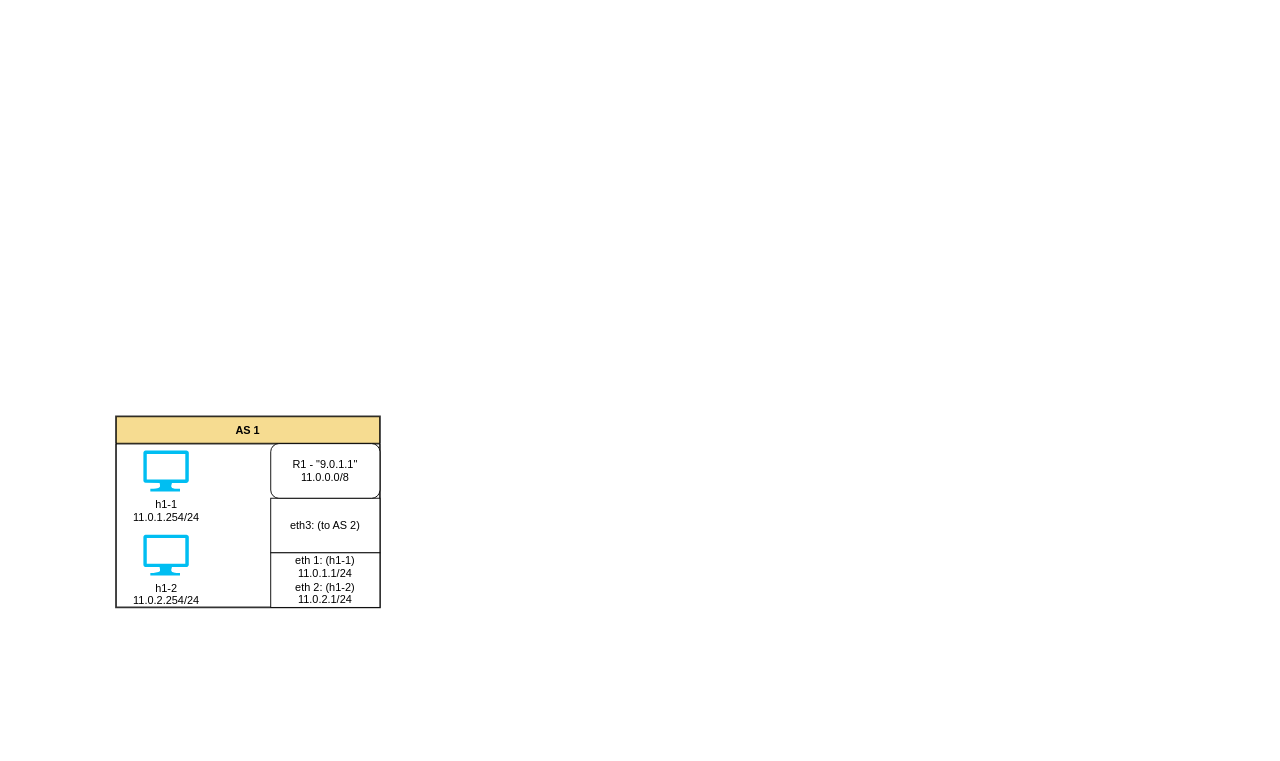
Before: data/Untitled Diagram.drawio in whyufeng/term2project1, a draw.io diagram. Source tidied: cells renumbered, new cells numbered last; positions are measured from the earlier drawing's top-left corner, leaving out a move shared by most shapes. Both pictures are drawn from the tidied source at 91%, with x=0, y=0 at pixel (116, 416).
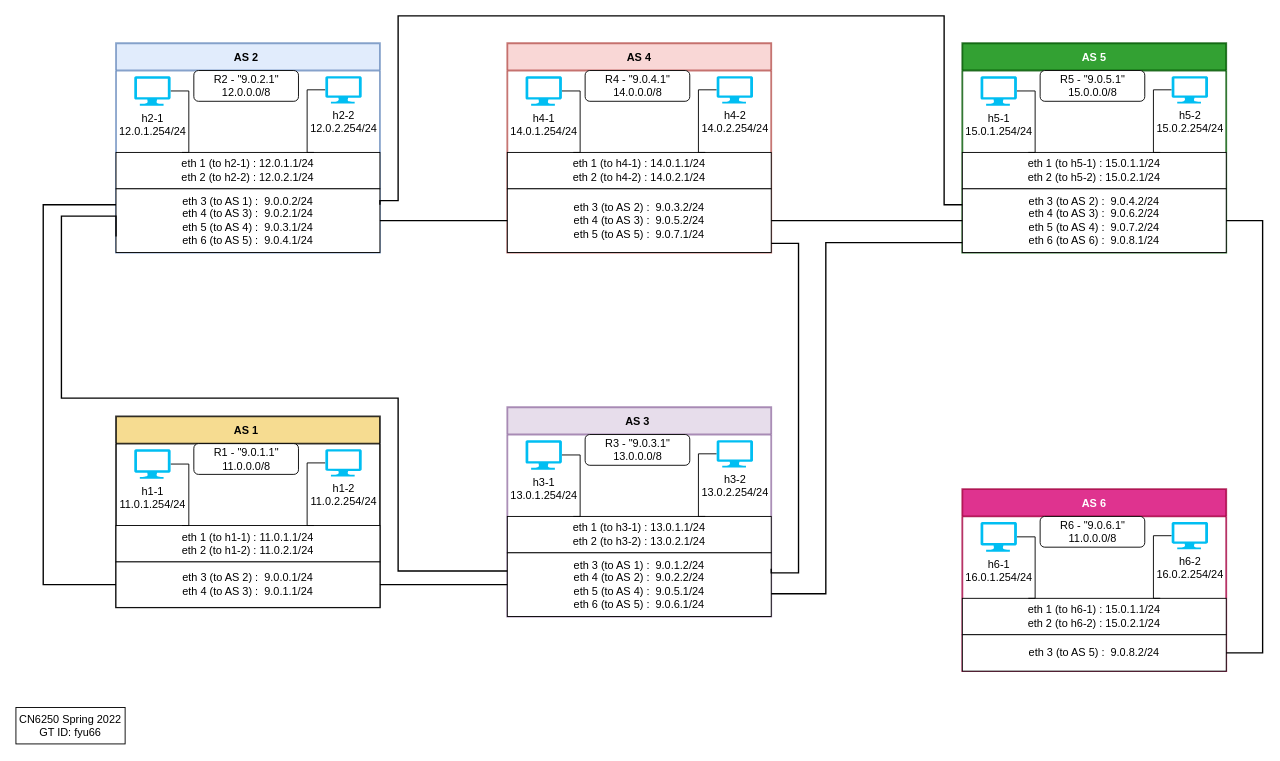
Above is the later version.

The edit, as a diff of the source:
```diff
@@
-    <mxCell id="2" value="AS 1" style="swimlane;rounded=0;shadow=0;glass=0;fillColor=#f4d476;gradientColor=none;opacity=80;strokeWidth=2;startSize=30;" parent="1" vertex="1">
+    <mxCell id="2" value="AS 1 " style="swimlane;rounded=0;shadow=0;glass=0;fillColor=#f4d476;gradientColor=none;opacity=80;strokeWidth=2;startSize=30;" parent="1" vertex="1">
       <mxGeometry width="290" height="210" as="geometry" />
     </mxCell>
-    <mxCell id="3" value="eth3: (to AS 2)&lt;br&gt;" style="rounded=0;whiteSpace=wrap;html=1;" parent="2" vertex="1">
-      <mxGeometry x="170" y="90" width="120" height="60" as="geometry" />
-    </mxCell>
-    <mxCell id="4" value="eth 1: (h1-1)&lt;br&gt;11.0.1.1/24&lt;br&gt;eth 2: (h1-2)&lt;br&gt;11.0.2.1/24" style="rounded=0;whiteSpace=wrap;html=1;" parent="2" vertex="1">
-      <mxGeometry x="170" y="150" width="120" height="60" as="geometry" />
+    <mxCell id="4" value="eth 1 (to h1-1) :&amp;nbsp;11.0.1.1/24&lt;br&gt;eth 2 (to h1-2) : 11.0.2.1/24" style="rounded=0;whiteSpace=wrap;html=1;" parent="2" vertex="1">
+      <mxGeometry y="120" width="290" height="40" as="geometry" />
     </mxCell>
     <mxCell id="5" value="R1 - &quot;9.0.1.1&quot;&lt;br&gt;11.0.0.0/8" style="rounded=1;whiteSpace=wrap;html=1;" parent="2" vertex="1">
-      <mxGeometry x="170" y="30" width="120" height="60" as="geometry" />
+      <mxGeometry x="85.5" y="30" width="115" height="33.8" as="geometry" />
     </mxCell>
+    <mxCell id="3" value="eth 3 (to AS 2) :&amp;nbsp; 9.0.0.1/24&lt;br&gt;eth 4 (to AS 3) :&amp;nbsp;&amp;nbsp;9.0.1.1/24" style="rounded=0;whiteSpace=wrap;html=1;" parent="2" vertex="1">
+      <mxGeometry y="160" width="290" height="50" as="geometry" />
+    </mxCell>
+    <mxCell id="8" style="edgeStyle=elbowEdgeStyle;rounded=0;jettySize=auto;html=1;entryX=0.75;entryY=0;entryDx=0;entryDy=0;endArrow=none;endFill=0;" parent="2" edge="1" source="6" target="4">
+      <mxGeometry relative="1" as="geometry">
+        <Array as="points">
+          <mxPoint x="210" y="90" />
+        </Array>
+      </mxGeometry>
+    </mxCell>
     <mxCell id="6" value="h1-2&lt;br&gt;11.0.2.254/24" style="verticalLabelPosition=bottom;html=1;verticalAlign=top;align=center;strokeColor=none;fillColor=#00BEF2;shape=mxgraph.azure.computer;" parent="2" vertex="1">
-      <mxGeometry x="30" y="130" width="50" height="45" as="geometry" />
+      <mxGeometry x="230" y="36.2" width="40" height="30" as="geometry" />
     </mxCell>
+    <mxCell id="9" style="edgeStyle=elbowEdgeStyle;rounded=0;jettySize=auto;html=1;entryX=0.25;entryY=0;entryDx=0;entryDy=0;endArrow=none;endFill=0;" parent="2" edge="1" source="7" target="4">
+      <mxGeometry relative="1" as="geometry">
+        <Array as="points">
+          <mxPoint x="80" y="90" />
+        </Array>
+      </mxGeometry>
+    </mxCell>
     <mxCell id="7" value="h1-1&lt;br&gt;11.0.1.254/24" style="verticalLabelPosition=bottom;html=1;verticalAlign=top;align=center;strokeColor=none;fillColor=#00BEF2;shape=mxgraph.azure.computer;" parent="2" vertex="1">
-      <mxGeometry x="30" y="37.5" width="50" height="45" as="geometry" />
+      <mxGeometry x="20" y="36.2" width="40" height="32.5" as="geometry" />
     </mxCell>
+    <mxCell id="10" value="AS 2 " style="swimlane;rounded=0;shadow=0;glass=0;fillColor=#dae8fc;opacity=80;strokeWidth=2;startSize=30;strokeColor=#6c8ebf;" parent="1" vertex="1">
+      <mxGeometry y="-410" width="290" height="230" as="geometry" />
+    </mxCell>
+    <mxCell id="11" value="eth 1 (to h2-1) :&amp;nbsp;12.0.1.1/24&lt;br&gt;eth 2 (to h2-2) : 12.0.2.1/24" style="rounded=0;whiteSpace=wrap;html=1;" parent="10" vertex="1">
+      <mxGeometry y="120" width="290" height="40" as="geometry" />
+    </mxCell>
+    <mxCell id="12" value="R2 - &quot;9.0.2.1&quot;&lt;br&gt;12.0.0.0/8" style="rounded=1;whiteSpace=wrap;html=1;" parent="10" vertex="1">
+      <mxGeometry x="85.5" y="30" width="115" height="33.8" as="geometry" />
+    </mxCell>
+    <mxCell id="13" value="eth 3 (to AS 1) :&amp;nbsp; 9.0.0.2/24&lt;br&gt;eth 4 (to AS 3) :&amp;nbsp; 9.0.2.1/24&lt;br&gt;eth 5 (to AS 4) :&amp;nbsp; 9.0.3.1/24&lt;br&gt;eth 6 (to AS 5) :&amp;nbsp; 9.0.4.1/24" style="rounded=0;whiteSpace=wrap;html=1;" parent="10" vertex="1">
+      <mxGeometry y="160" width="290" height="70" as="geometry" />
+    </mxCell>
+    <mxCell id="14" style="edgeStyle=elbowEdgeStyle;rounded=0;jettySize=auto;html=1;entryX=0.75;entryY=0;entryDx=0;entryDy=0;endArrow=none;endFill=0;" parent="10" edge="1" source="15" target="11">
+      <mxGeometry relative="1" as="geometry">
+        <Array as="points">
+          <mxPoint x="210" y="90" />
+        </Array>
+      </mxGeometry>
+    </mxCell>
+    <mxCell id="15" value="h2-2&lt;br&gt;12.0.2.254/24" style="verticalLabelPosition=bottom;html=1;verticalAlign=top;align=center;strokeColor=none;fillColor=#00BEF2;shape=mxgraph.azure.computer;" parent="10" vertex="1">
+      <mxGeometry x="230" y="36.2" width="40" height="30" as="geometry" />
+    </mxCell>
+    <mxCell id="16" style="edgeStyle=elbowEdgeStyle;rounded=0;jettySize=auto;html=1;entryX=0.25;entryY=0;entryDx=0;entryDy=0;endArrow=none;endFill=0;" parent="10" edge="1" source="17" target="11">
+      <mxGeometry relative="1" as="geometry">
+        <Array as="points">
+          <mxPoint x="80" y="90" />
+        </Array>
+      </mxGeometry>
+    </mxCell>
+    <mxCell id="17" value="h2-1&lt;br&gt;12.0.1.254/24" style="verticalLabelPosition=bottom;html=1;verticalAlign=top;align=center;strokeColor=none;fillColor=#00BEF2;shape=mxgraph.azure.computer;" parent="10" vertex="1">
+      <mxGeometry x="20" y="36.2" width="40" height="32.5" as="geometry" />
+    </mxCell>
+    <mxCell id="18" style="edgeStyle=elbowEdgeStyle;rounded=0;jettySize=auto;html=1;exitX=0;exitY=0.5;exitDx=0;exitDy=0;entryX=0;entryY=0.25;entryDx=0;entryDy=0;endArrow=none;endFill=0;strokeWidth=1.5;" parent="1" edge="1" source="3" target="13">
+      <mxGeometry relative="1" as="geometry">
+        <Array as="points">
+          <mxPoint x="-80" y="-30" />
+        </Array>
+      </mxGeometry>
+    </mxCell>
+    <mxCell id="19" value="AS 3 " style="swimlane;rounded=0;shadow=0;glass=0;fillColor=#e1d5e7;opacity=80;strokeWidth=2;startSize=30;strokeColor=#9673a6;" parent="1" vertex="1">
+      <mxGeometry x="430" y="-10" width="290" height="230" as="geometry" />
+    </mxCell>
+    <mxCell id="20" value="eth 1 (to h3-1) :&amp;nbsp;13.0.1.1/24&lt;br&gt;eth 2 (to h3-2) : 13.0.2.1/24" style="rounded=0;whiteSpace=wrap;html=1;" parent="19" vertex="1">
+      <mxGeometry y="120" width="290" height="40" as="geometry" />
+    </mxCell>
+    <mxCell id="21" value="R3 - &quot;9.0.3.1&quot;&lt;br&gt;13.0.0.0/8" style="rounded=1;whiteSpace=wrap;html=1;" parent="19" vertex="1">
+      <mxGeometry x="85.5" y="30" width="115" height="33.8" as="geometry" />
+    </mxCell>
+    <mxCell id="22" value="eth 3 (to AS 1) :&amp;nbsp; 9.0.1.2/24&lt;br&gt;eth 4 (to AS 2) :&amp;nbsp; 9.0.2.2/24&lt;br&gt;eth 5 (to AS 4) :&amp;nbsp; 9.0.5.1/24&lt;br&gt;eth 6 (to AS 5) :&amp;nbsp; 9.0.6.1/24" style="rounded=0;whiteSpace=wrap;html=1;" parent="19" vertex="1">
+      <mxGeometry y="160" width="290" height="70" as="geometry" />
+    </mxCell>
+    <mxCell id="23" style="edgeStyle=elbowEdgeStyle;rounded=0;jettySize=auto;html=1;entryX=0.75;entryY=0;entryDx=0;entryDy=0;endArrow=none;endFill=0;" parent="19" edge="1" source="24" target="20">
+      <mxGeometry relative="1" as="geometry">
+        <Array as="points">
+          <mxPoint x="210" y="90" />
+        </Array>
+      </mxGeometry>
+    </mxCell>
+    <mxCell id="24" value="h3-2&lt;br&gt;13.0.2.254/24" style="verticalLabelPosition=bottom;html=1;verticalAlign=top;align=center;strokeColor=none;fillColor=#00BEF2;shape=mxgraph.azure.computer;" parent="19" vertex="1">
+      <mxGeometry x="230" y="36.2" width="40" height="30" as="geometry" />
+    </mxCell>
+    <mxCell id="25" style="edgeStyle=elbowEdgeStyle;rounded=0;jettySize=auto;html=1;entryX=0.25;entryY=0;entryDx=0;entryDy=0;endArrow=none;endFill=0;" parent="19" edge="1" source="26" target="20">
+      <mxGeometry relative="1" as="geometry">
+        <Array as="points">
+          <mxPoint x="80" y="90" />
+        </Array>
+      </mxGeometry>
+    </mxCell>
+    <mxCell id="26" value="h3-1&lt;br&gt;13.0.1.254/24" style="verticalLabelPosition=bottom;html=1;verticalAlign=top;align=center;strokeColor=none;fillColor=#00BEF2;shape=mxgraph.azure.computer;" parent="19" vertex="1">
+      <mxGeometry x="20" y="36.2" width="40" height="32.5" as="geometry" />
+    </mxCell>
+    <mxCell id="27" style="edgeStyle=elbowEdgeStyle;rounded=0;jettySize=auto;html=1;entryX=0;entryY=0.5;entryDx=0;entryDy=0;endArrow=none;endFill=0;strokeWidth=1.5;" parent="1" edge="1" source="3" target="22">
+      <mxGeometry relative="1" as="geometry" />
+    </mxCell>
+    <mxCell id="28" style="edgeStyle=orthogonalEdgeStyle;rounded=0;jettySize=auto;html=1;endArrow=none;endFill=0;exitX=0;exitY=0.75;exitDx=0;exitDy=0;strokeWidth=1.5;" parent="1" edge="1" source="13">
+      <mxGeometry relative="1" as="geometry">
+        <mxPoint x="430" y="170" as="targetPoint" />
+        <Array as="points">
+          <mxPoint y="-220" />
+          <mxPoint x="-60" y="-220" />
+          <mxPoint x="-60" y="-20" />
+          <mxPoint x="310" y="-20" />
+          <mxPoint x="310" y="170" />
+          <mxPoint x="430" y="170" />
+        </Array>
+      </mxGeometry>
+    </mxCell>
+    <mxCell id="29" value="AS 4" style="swimlane;rounded=0;shadow=0;glass=0;fillColor=#f8cecc;opacity=80;strokeWidth=2;startSize=30;strokeColor=#b85450;" parent="1" vertex="1">
+      <mxGeometry x="430" y="-410" width="290" height="230" as="geometry" />
+    </mxCell>
+    <mxCell id="30" value="eth 1 (to h4-1) :&amp;nbsp;14.0.1.1/24&lt;br&gt;eth 2 (to h4-2) : 14.0.2.1/24" style="rounded=0;whiteSpace=wrap;html=1;" parent="29" vertex="1">
+      <mxGeometry y="120" width="290" height="40" as="geometry" />
+    </mxCell>
+    <mxCell id="31" value="R4 - &quot;9.0.4.1&quot;&lt;br&gt;14.0.0.0/8" style="rounded=1;whiteSpace=wrap;html=1;" parent="29" vertex="1">
+      <mxGeometry x="85.5" y="30" width="115" height="33.8" as="geometry" />
+    </mxCell>
+    <mxCell id="32" value="eth 3 (to AS 2) :&amp;nbsp; 9.0.3.2/24&lt;br&gt;eth 4 (to AS 3) :&amp;nbsp; 9.0.5.2/24&lt;br&gt;eth 5 (to AS 5) :&amp;nbsp; 9.0.7.1/24" style="rounded=0;whiteSpace=wrap;html=1;" parent="29" vertex="1">
+      <mxGeometry y="160" width="290" height="70" as="geometry" />
+    </mxCell>
+    <mxCell id="33" style="edgeStyle=elbowEdgeStyle;rounded=0;jettySize=auto;html=1;entryX=0.75;entryY=0;entryDx=0;entryDy=0;endArrow=none;endFill=0;" parent="29" edge="1" source="34" target="30">
+      <mxGeometry relative="1" as="geometry">
+        <Array as="points">
+          <mxPoint x="210" y="90" />
+        </Array>
+      </mxGeometry>
+    </mxCell>
+    <mxCell id="34" value="h4-2&lt;br&gt;14.0.2.254/24" style="verticalLabelPosition=bottom;html=1;verticalAlign=top;align=center;strokeColor=none;fillColor=#00BEF2;shape=mxgraph.azure.computer;" parent="29" vertex="1">
+      <mxGeometry x="230" y="36.2" width="40" height="30" as="geometry" />
+    </mxCell>
+    <mxCell id="35" style="edgeStyle=elbowEdgeStyle;rounded=0;jettySize=auto;html=1;entryX=0.25;entryY=0;entryDx=0;entryDy=0;endArrow=none;endFill=0;" parent="29" edge="1" source="36" target="30">
+      <mxGeometry relative="1" as="geometry">
+        <Array as="points">
+          <mxPoint x="80" y="90" />
+        </Array>
+      </mxGeometry>
+    </mxCell>
+    <mxCell id="36" value="h4-1&lt;br&gt;14.0.1.254/24" style="verticalLabelPosition=bottom;html=1;verticalAlign=top;align=center;strokeColor=none;fillColor=#00BEF2;shape=mxgraph.azure.computer;" parent="29" vertex="1">
+      <mxGeometry x="20" y="36.2" width="40" height="32.5" as="geometry" />
+    </mxCell>
+    <mxCell id="37" value="AS 5" style="swimlane;rounded=0;shadow=0;glass=0;fillColor=#008a00;opacity=80;strokeWidth=2;startSize=30;strokeColor=#005700;fontColor=#ffffff;" parent="1" vertex="1">
+      <mxGeometry x="930" y="-410" width="290" height="230" as="geometry" />
+    </mxCell>
+    <mxCell id="38" value="eth 1 (to h5-1) :&amp;nbsp;15.0.1.1/24&lt;br&gt;eth 2 (to h5-2) : 15.0.2.1/24" style="rounded=0;whiteSpace=wrap;html=1;" parent="37" vertex="1">
+      <mxGeometry y="120" width="290" height="40" as="geometry" />
+    </mxCell>
+    <mxCell id="39" value="R5 - &quot;9.0.5.1&quot;&lt;br&gt;15.0.0.0/8" style="rounded=1;whiteSpace=wrap;html=1;" parent="37" vertex="1">
+      <mxGeometry x="85.5" y="30" width="115" height="33.8" as="geometry" />
+    </mxCell>
+    <mxCell id="40" value="eth 3 (to AS 2) :&amp;nbsp; 9.0.4.2/24&lt;br&gt;eth 4 (to AS 3) :&amp;nbsp; 9.0.6.2/24&lt;br&gt;eth 5 (to AS 4) :&amp;nbsp; 9.0.7.2/24&lt;br&gt;eth 6 (to AS 6) :&amp;nbsp; 9.0.8.1/24" style="rounded=0;whiteSpace=wrap;html=1;" parent="37" vertex="1">
+      <mxGeometry y="160" width="290" height="70" as="geometry" />
+    </mxCell>
+    <mxCell id="41" style="edgeStyle=elbowEdgeStyle;rounded=0;jettySize=auto;html=1;entryX=0.75;entryY=0;entryDx=0;entryDy=0;endArrow=none;endFill=0;" parent="37" edge="1" source="42" target="38">
+      <mxGeometry relative="1" as="geometry">
+        <Array as="points">
+          <mxPoint x="210" y="90" />
+        </Array>
+      </mxGeometry>
+    </mxCell>
+    <mxCell id="42" value="h5-2&lt;br&gt;15.0.2.254/24" style="verticalLabelPosition=bottom;html=1;verticalAlign=top;align=center;strokeColor=none;fillColor=#00BEF2;shape=mxgraph.azure.computer;" parent="37" vertex="1">
+      <mxGeometry x="230" y="36.2" width="40" height="30" as="geometry" />
+    </mxCell>
+    <mxCell id="43" style="edgeStyle=elbowEdgeStyle;rounded=0;jettySize=auto;html=1;entryX=0.25;entryY=0;entryDx=0;entryDy=0;endArrow=none;endFill=0;" parent="37" edge="1" source="44" target="38">
+      <mxGeometry relative="1" as="geometry">
+        <Array as="points">
+          <mxPoint x="80" y="90" />
+        </Array>
+      </mxGeometry>
+    </mxCell>
+    <mxCell id="44" value="h5-1&lt;br&gt;15.0.1.254/24" style="verticalLabelPosition=bottom;html=1;verticalAlign=top;align=center;strokeColor=none;fillColor=#00BEF2;shape=mxgraph.azure.computer;" parent="37" vertex="1">
+      <mxGeometry x="20" y="36.2" width="40" height="32.5" as="geometry" />
+    </mxCell>
+    <mxCell id="45" style="edgeStyle=orthogonalEdgeStyle;rounded=0;jettySize=auto;html=1;entryX=0;entryY=0.5;entryDx=0;entryDy=0;endArrow=none;endFill=0;strokeWidth=1.5;" parent="1" edge="1" source="13" target="32">
+      <mxGeometry relative="1" as="geometry" />
+    </mxCell>
+    <mxCell id="46" style="edgeStyle=orthogonalEdgeStyle;rounded=0;jettySize=auto;html=1;endArrow=none;endFill=0;exitX=1;exitY=0.25;exitDx=0;exitDy=0;entryX=0;entryY=0.25;entryDx=0;entryDy=0;strokeWidth=1.5;" parent="1" edge="1" source="13" target="40">
+      <mxGeometry relative="1" as="geometry">
+        <Array as="points">
+          <mxPoint x="290" y="-237" />
+          <mxPoint x="310" y="-237" />
+          <mxPoint x="310" y="-440" />
+          <mxPoint x="910" y="-440" />
+          <mxPoint x="910" y="-232" />
+          <mxPoint x="930" y="-232" />
+        </Array>
+      </mxGeometry>
+    </mxCell>
+    <mxCell id="47" style="edgeStyle=orthogonalEdgeStyle;rounded=0;jettySize=auto;html=1;entryX=1;entryY=0.25;entryDx=0;entryDy=0;endArrow=none;endFill=0;strokeWidth=1.5;" parent="1" edge="1" source="32" target="22">
+      <mxGeometry relative="1" as="geometry">
+        <Array as="points">
+          <mxPoint x="750" y="-190" />
+          <mxPoint x="750" y="172" />
+          <mxPoint x="720" y="172" />
+        </Array>
+      </mxGeometry>
+    </mxCell>
+    <mxCell id="48" style="edgeStyle=orthogonalEdgeStyle;rounded=0;jettySize=auto;html=1;endArrow=none;endFill=0;entryX=0;entryY=0.844;entryDx=0;entryDy=0;entryPerimeter=0;strokeWidth=1.5;" parent="1" edge="1" source="22" target="40">
+      <mxGeometry relative="1" as="geometry">
+        <Array as="points">
+          <mxPoint x="780" y="195" />
+          <mxPoint x="780" y="-190" />
+          <mxPoint x="930" y="-190" />
+        </Array>
+      </mxGeometry>
+    </mxCell>
+    <mxCell id="49" style="edgeStyle=orthogonalEdgeStyle;rounded=0;jettySize=auto;html=1;entryX=0;entryY=0.5;entryDx=0;entryDy=0;endArrow=none;endFill=0;strokeWidth=1.5;" parent="1" edge="1" source="32" target="40">
+      <mxGeometry relative="1" as="geometry" />
+    </mxCell>
+    <mxCell id="50" value="AS 6" style="swimlane;rounded=0;shadow=0;glass=0;fillColor=#d80073;opacity=80;strokeWidth=2;startSize=30;strokeColor=#A50040;fontColor=#ffffff;" parent="1" vertex="1">
+      <mxGeometry x="930" y="80" width="290" height="200" as="geometry" />
+    </mxCell>
+    <mxCell id="51" value="eth 1 (to h6-1) :&amp;nbsp;15.0.1.1/24&lt;br&gt;eth 2 (to h6-2) : 15.0.2.1/24" style="rounded=0;whiteSpace=wrap;html=1;" parent="50" vertex="1">
+      <mxGeometry y="120" width="290" height="40" as="geometry" />
+    </mxCell>
+    <mxCell id="52" value="R6 - &quot;9.0.6.1&quot;&lt;br&gt;11.0.0.0/8" style="rounded=1;whiteSpace=wrap;html=1;" parent="50" vertex="1">
+      <mxGeometry x="85.5" y="30" width="115" height="33.8" as="geometry" />
+    </mxCell>
+    <mxCell id="53" value="eth 3 (to AS 5) :&amp;nbsp; 9.0.8.2/24" style="rounded=0;whiteSpace=wrap;html=1;" parent="50" vertex="1">
+      <mxGeometry y="160" width="290" height="40" as="geometry" />
+    </mxCell>
+    <mxCell id="54" style="edgeStyle=elbowEdgeStyle;rounded=0;jettySize=auto;html=1;entryX=0.75;entryY=0;entryDx=0;entryDy=0;endArrow=none;endFill=0;" parent="50" edge="1" source="55" target="51">
+      <mxGeometry relative="1" as="geometry">
+        <Array as="points">
+          <mxPoint x="210" y="90" />
+        </Array>
+      </mxGeometry>
+    </mxCell>
+    <mxCell id="55" value="h6-2&lt;br&gt;16.0.2.254/24" style="verticalLabelPosition=bottom;html=1;verticalAlign=top;align=center;strokeColor=none;fillColor=#00BEF2;shape=mxgraph.azure.computer;" parent="50" vertex="1">
+      <mxGeometry x="230" y="36.2" width="40" height="30" as="geometry" />
+    </mxCell>
+    <mxCell id="56" style="edgeStyle=elbowEdgeStyle;rounded=0;jettySize=auto;html=1;entryX=0.25;entryY=0;entryDx=0;entryDy=0;endArrow=none;endFill=0;" parent="50" edge="1" source="57" target="51">
+      <mxGeometry relative="1" as="geometry">
+        <Array as="points">
+          <mxPoint x="80" y="90" />
+        </Array>
+      </mxGeometry>
+    </mxCell>
+    <mxCell id="57" value="h6-1&lt;br&gt;16.0.1.254/24" style="verticalLabelPosition=bottom;html=1;verticalAlign=top;align=center;strokeColor=none;fillColor=#00BEF2;shape=mxgraph.azure.computer;" parent="50" vertex="1">
+      <mxGeometry x="20" y="36.2" width="40" height="32.5" as="geometry" />
+    </mxCell>
+    <mxCell id="58" style="edgeStyle=orthogonalEdgeStyle;rounded=0;jettySize=auto;html=1;entryX=1;entryY=0.5;entryDx=0;entryDy=0;endArrow=none;endFill=0;exitX=1;exitY=0.5;exitDx=0;exitDy=0;strokeWidth=1.5;" parent="1" edge="1" source="40" target="53">
+      <mxGeometry relative="1" as="geometry">
+        <Array as="points">
+          <mxPoint x="1260" y="-215" />
+          <mxPoint x="1260" y="260" />
+        </Array>
+      </mxGeometry>
+    </mxCell>
+    <mxCell id="59" value="CN6250 Spring 2022&lt;br&gt;GT ID: fyu66" style="rounded=0;whiteSpace=wrap;html=1;" parent="1" vertex="1">
+      <mxGeometry x="-110" y="320" width="120" height="40" as="geometry" />
+    </mxCell>
```
